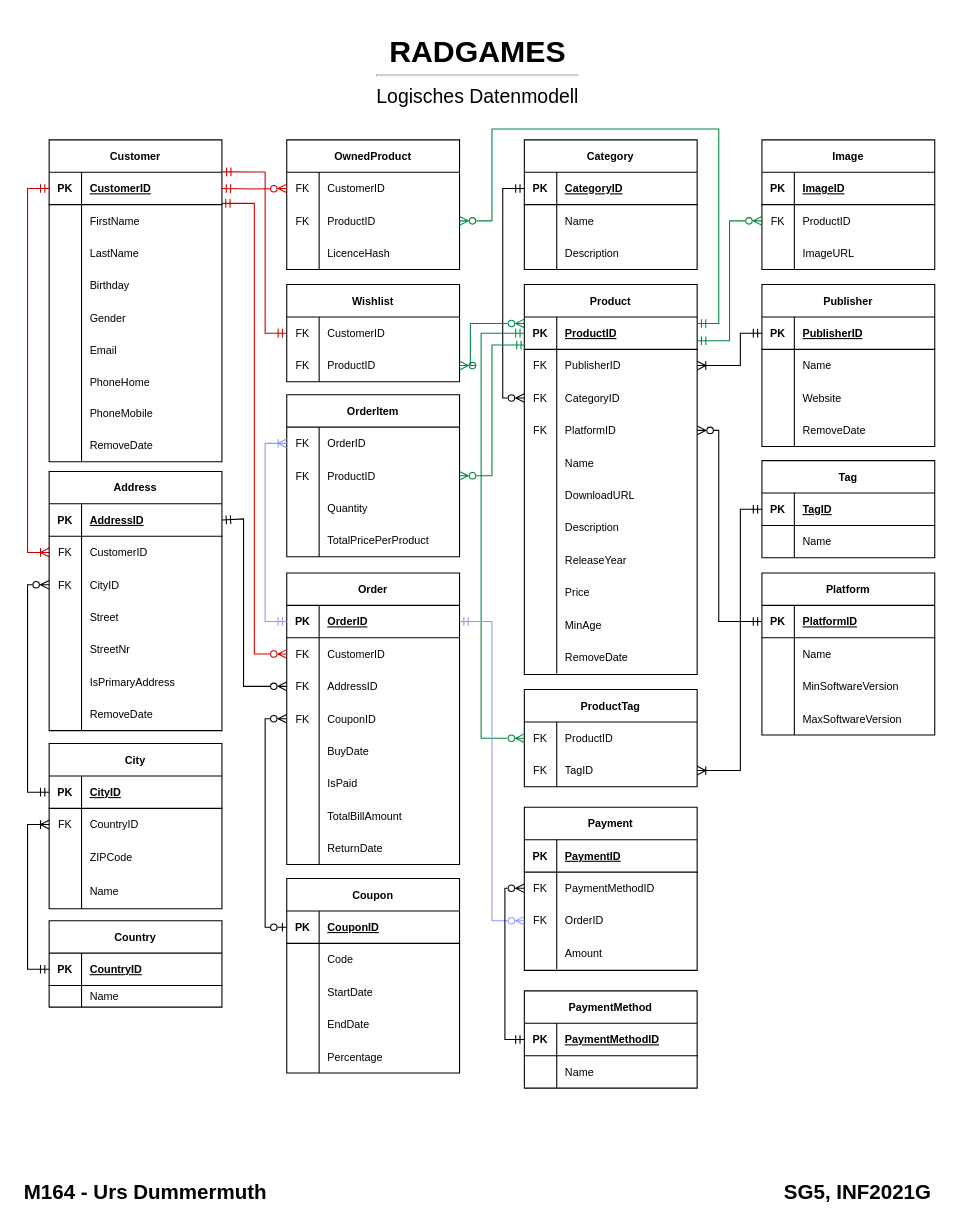
This is page "Logisch" (2 of 3) of Konzepte/Datenmodell.drawio from TD99/gibb-m164, a draw.io file, before an edit. Source tidied: cells renumbered, new cells numbered last; positions are measured from the earlier drawing's top-left corner, leaving out a move shared by most shapes. Both pictures are drawn from the tidied source at 108%, with x=0, y=0 at pixel (18, 29).
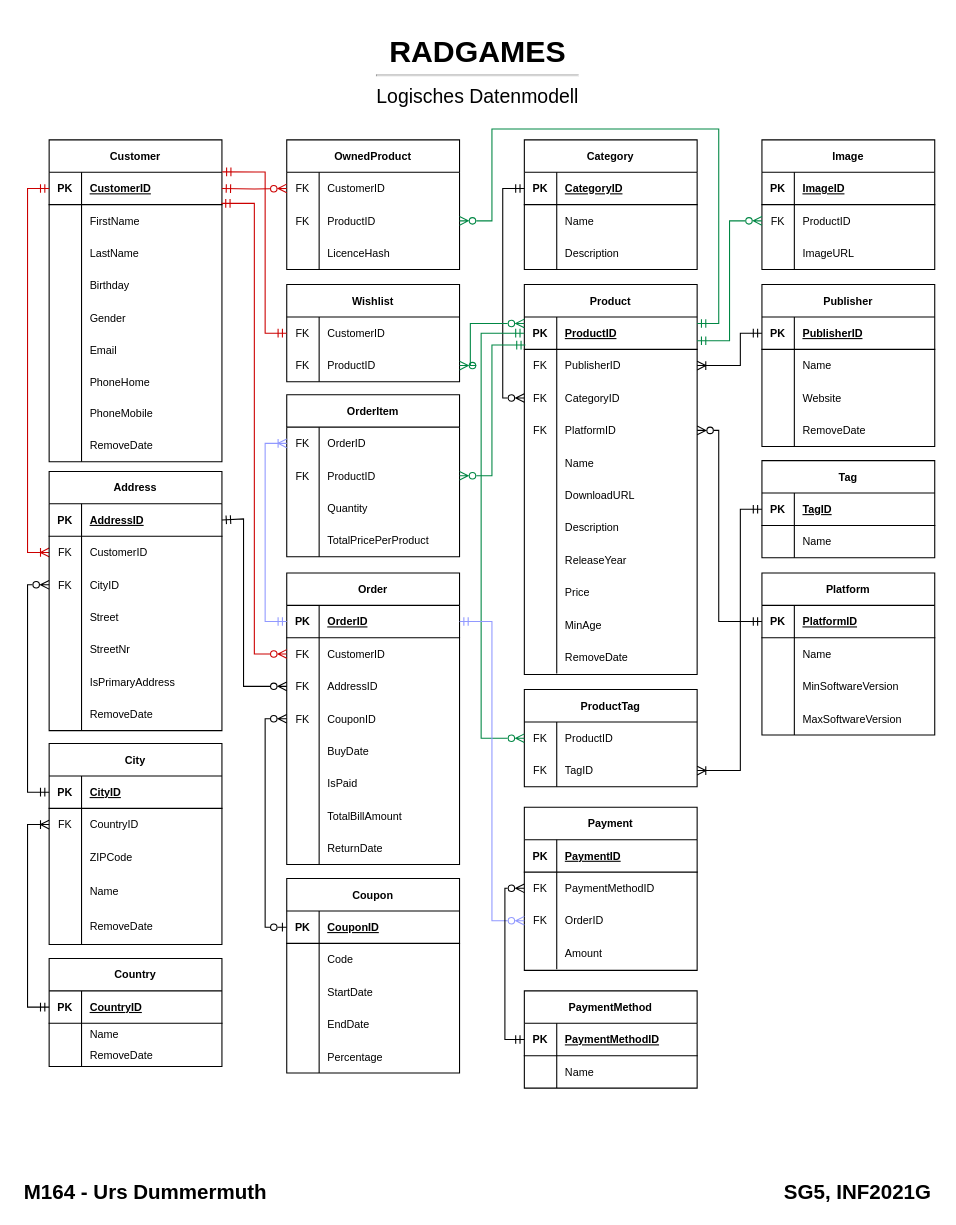
After the change.

What changed in the source:
```diff
@@
     <mxCell id="56" value="Country" style="shape=table;startSize=30;childLayout=tableLayout;rowLines=0;fontStyle=1;align=center;fontSize=10;fillColor=none;" parent="1" vertex="1">
-      <mxGeometry x="28" y="825" width="160" height="80" as="geometry" />
+      <mxGeometry x="28" y="860" width="160" height="100" as="geometry" />
     </mxCell>
@@
+    <mxCell id="280" style="shape=tableRow;horizontal=0;startSize=0;swimlaneHead=0;swimlaneBody=0;fillColor=none;top=0;left=0;right=0;bottom=0;fontSize=10;" parent="56" vertex="1">
+      <mxGeometry y="80" width="160" height="20" as="geometry" />
+    </mxCell>
+    <mxCell id="281" style="shape=partialRectangle;fillColor=none;top=0;left=0;bottom=0;right=0;overflow=hidden;fontSize=10;" parent="280" vertex="1">
+      <mxGeometry width="30" height="20" as="geometry" />
+    </mxCell>
+    <mxCell id="282" value="RemoveDate" style="shape=partialRectangle;fillColor=none;top=0;left=0;bottom=0;right=0;align=left;spacingLeft=6;overflow=hidden;fontSize=10;" parent="280" vertex="1">
+      <mxGeometry x="30" width="130" height="20" as="geometry" />
+    </mxCell>
@@
     <mxCell id="193" value="City" style="shape=table;startSize=30;childLayout=tableLayout;rowLines=0;fontStyle=1;align=center;fontSize=10;fillColor=none;" parent="1" vertex="1">
-      <mxGeometry x="28" y="661" width="160" height="153" as="geometry" />
+      <mxGeometry x="28" y="661" width="160" height="186" as="geometry" />
     </mxCell>
@@
+    <mxCell id="283" style="shape=tableRow;horizontal=0;startSize=0;swimlaneHead=0;swimlaneBody=0;fillColor=none;top=0;left=0;right=0;bottom=0;fontSize=10;" parent="193" vertex="1">
+      <mxGeometry y="153" width="160" height="33" as="geometry" />
+    </mxCell>
+    <mxCell id="284" style="shape=partialRectangle;fillColor=none;top=0;left=0;bottom=0;right=0;overflow=hidden;fontSize=10;" parent="283" vertex="1">
+      <mxGeometry width="30" height="33" as="geometry" />
+    </mxCell>
+    <mxCell id="285" value="RemoveDate" style="shape=partialRectangle;fillColor=none;top=0;left=0;bottom=0;right=0;align=left;spacingLeft=6;overflow=hidden;fontSize=10;" parent="283" vertex="1">
+      <mxGeometry x="30" width="130" height="33" as="geometry" />
+    </mxCell>
```
